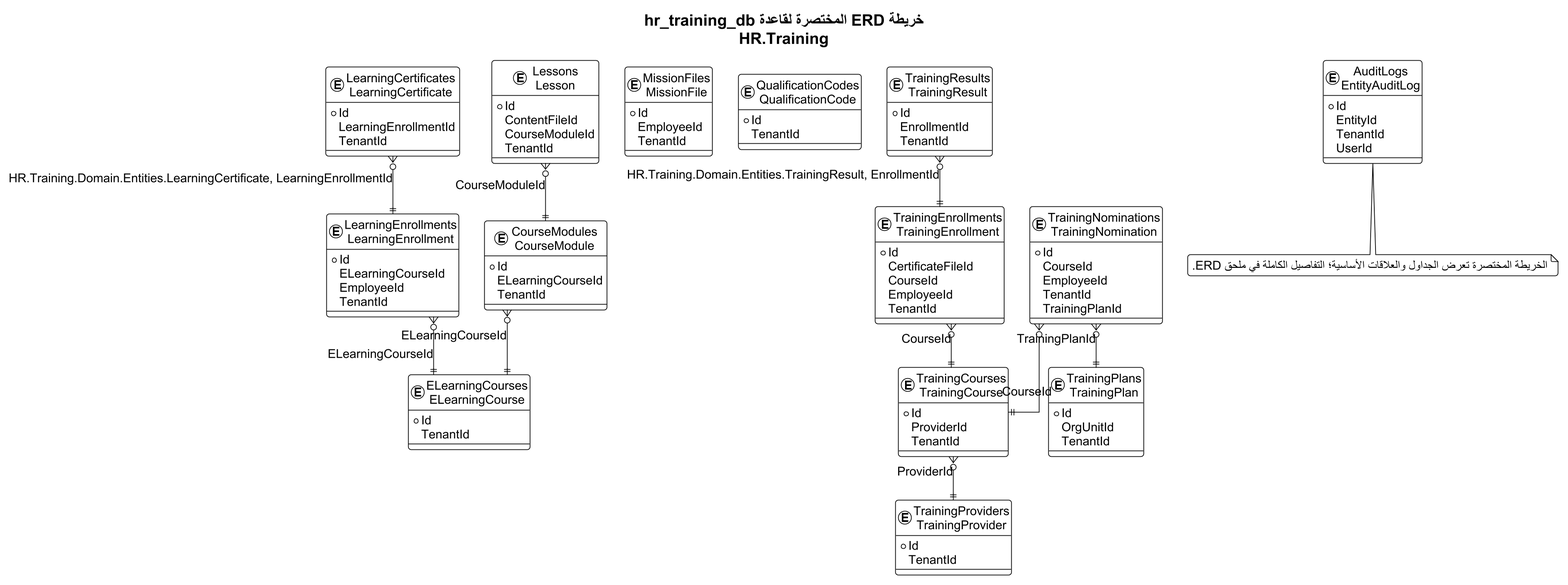
The PlantUML diagram docs/thesis_diagrams/database_erdds/compact_rendered/11_training_compact.png in omardefdev/HRManagement, before a commit. Its diagram source:
```plantuml
@startuml
!theme plain
skinparam backgroundColor #FFFFFF
skinparam defaultFontName Arial
skinparam defaultFontSize 17
skinparam shadowing false
skinparam roundcorner 8
skinparam linetype ortho
skinparam dpi 170
skinparam EntityBorderColor #0F6B73
skinparam EntityBackgroundColor #F4FAFA
top to bottom direction
title "خريطة ERD المختصرة لقاعدة hr_training_db\nHR.Training"

entity "CourseModules\nCourseModule" as T01 {
  * Id
    ELearningCourseId
    TenantId
}
entity "ELearningCourses\nELearningCourse" as T02 {
  * Id
    TenantId
}
entity "LearningCertificates\nLearningCertificate" as T03 {
  * Id
    LearningEnrollmentId
    TenantId
}
entity "LearningEnrollments\nLearningEnrollment" as T04 {
  * Id
    ELearningCourseId
    EmployeeId
    TenantId
}
entity "Lessons\nLesson" as T05 {
  * Id
    ContentFileId
    CourseModuleId
    TenantId
}
entity "MissionFiles\nMissionFile" as T06 {
  * Id
    EmployeeId
    TenantId
}
entity "QualificationCodes\nQualificationCode" as T07 {
  * Id
    TenantId
}
entity "TrainingCourses\nTrainingCourse" as T08 {
  * Id
    ProviderId
    TenantId
}
entity "TrainingEnrollments\nTrainingEnrollment" as T09 {
  * Id
    CertificateFileId
    CourseId
    EmployeeId
    TenantId
}
entity "TrainingNominations\nTrainingNomination" as T10 {
  * Id
    CourseId
    EmployeeId
    TenantId
    TrainingPlanId
}
entity "TrainingPlans\nTrainingPlan" as T11 {
  * Id
    OrgUnitId
    TenantId
}
entity "TrainingProviders\nTrainingProvider" as T12 {
  * Id
    TenantId
}
entity "TrainingResults\nTrainingResult" as T13 {
  * Id
    EnrollmentId
    TenantId
}
entity "AuditLogs\nEntityAuditLog" as T14 {
  * Id
    EntityId
    TenantId
    UserId
}

T01 }o--|| T02 : ELearningCourseId
T03 }o--|| T04 : HR.Training.Domain.Entities.LearningCertificate, LearningEnrollmentId
T04 }o--|| T02 : ELearningCourseId
T05 }o--|| T01 : CourseModuleId
T08 }o--|| T12 : ProviderId
T09 }o--|| T08 : CourseId
T10 }o--|| T08 : CourseId
T10 }o--|| T11 : TrainingPlanId
T13 }o--|| T09 : HR.Training.Domain.Entities.TrainingResult, EnrollmentId

note bottom
الخريطة المختصرة تعرض الجداول والعلاقات الأساسية؛ التفاصيل الكاملة في ملحق ERD.
end note
@enduml
```
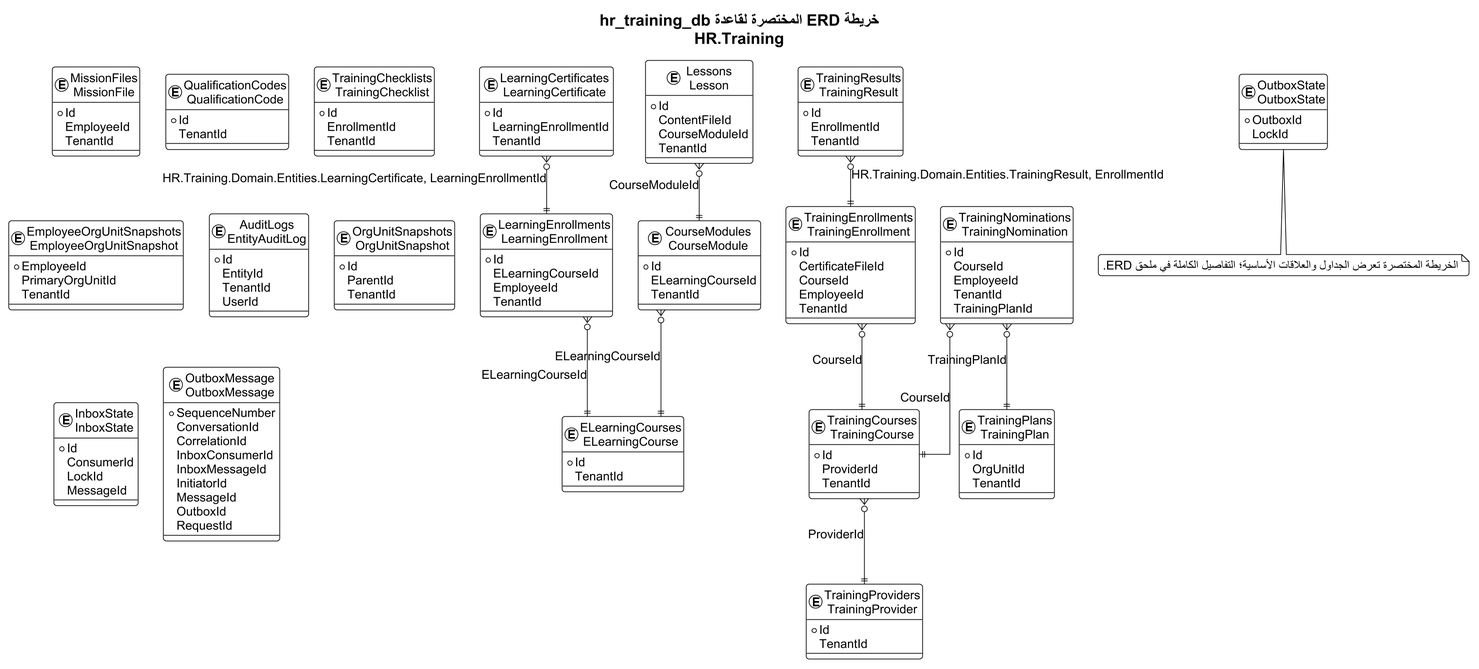
The same diagram one commit later.

What changed in the source:
```diff
@@ -47,55 +47,91 @@
   * Id
     TenantId
 }
-entity "TrainingCourses\nTrainingCourse" as T08 {
+entity "TrainingChecklists\nTrainingChecklist" as T08 {
+  * Id
+    EnrollmentId
+    TenantId
+}
+entity "TrainingCourses\nTrainingCourse" as T09 {
   * Id
     ProviderId
     TenantId
 }
-entity "TrainingEnrollments\nTrainingEnrollment" as T09 {
+entity "TrainingEnrollments\nTrainingEnrollment" as T10 {
   * Id
     CertificateFileId
     CourseId
     EmployeeId
     TenantId
 }
-entity "TrainingNominations\nTrainingNomination" as T10 {
+entity "TrainingNominations\nTrainingNomination" as T11 {
   * Id
     CourseId
     EmployeeId
     TenantId
     TrainingPlanId
 }
-entity "TrainingPlans\nTrainingPlan" as T11 {
+entity "TrainingPlans\nTrainingPlan" as T12 {
   * Id
     OrgUnitId
     TenantId
 }
-entity "TrainingProviders\nTrainingProvider" as T12 {
+entity "TrainingProviders\nTrainingProvider" as T13 {
   * Id
     TenantId
 }
-entity "TrainingResults\nTrainingResult" as T13 {
+entity "TrainingResults\nTrainingResult" as T14 {
   * Id
     EnrollmentId
     TenantId
 }
-entity "AuditLogs\nEntityAuditLog" as T14 {
+entity "EmployeeOrgUnitSnapshots\nEmployeeOrgUnitSnapshot" as T15 {
+  * EmployeeId
+    PrimaryOrgUnitId
+    TenantId
+}
+entity "AuditLogs\nEntityAuditLog" as T16 {
   * Id
     EntityId
     TenantId
     UserId
+}
+entity "OrgUnitSnapshots\nOrgUnitSnapshot" as T17 {
+  * Id
+    ParentId
+    TenantId
+}
+entity "InboxState\nInboxState" as T18 {
+  * Id
+    ConsumerId
+    LockId
+    MessageId
+}
+entity "OutboxMessage\nOutboxMessage" as T19 {
+  * SequenceNumber
+    ConversationId
+    CorrelationId
+    InboxConsumerId
+    InboxMessageId
+    InitiatorId
+    MessageId
+    OutboxId
+    RequestId
+}
+entity "OutboxState\nOutboxState" as T20 {
+  * OutboxId
+    LockId
 }
 
 T01 }o--|| T02 : ELearningCourseId
 T03 }o--|| T04 : HR.Training.Domain.Entities.LearningCertificate, LearningEnrollmentId
 T04 }o--|| T02 : ELearningCourseId
 T05 }o--|| T01 : CourseModuleId
-T08 }o--|| T12 : ProviderId
-T09 }o--|| T08 : CourseId
-T10 }o--|| T08 : CourseId
-T10 }o--|| T11 : TrainingPlanId
-T13 }o--|| T09 : HR.Training.Domain.Entities.TrainingResult, EnrollmentId
+T09 }o--|| T13 : ProviderId
+T10 }o--|| T09 : CourseId
+T11 }o--|| T09 : CourseId
+T11 }o--|| T12 : TrainingPlanId
+T14 }o--|| T10 : HR.Training.Domain.Entities.TrainingResult, EnrollmentId
 
 note bottom
 الخريطة المختصرة تعرض الجداول والعلاقات الأساسية؛ التفاصيل الكاملة في ملحق ERD.
```
